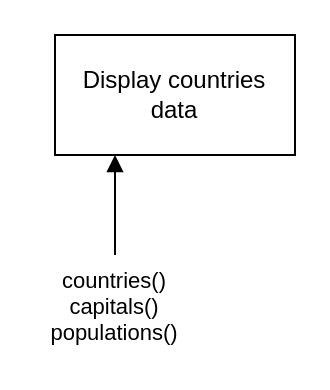
Before: page "sd1" (1 of 2) of h-cs/sdd/H-SDD-Parallel/assets/H SDD Parallel.drawio in MrFriendCS/MrFriendCS.github.io, a draw.io diagram. Source tidied: cells renumbered, new cells numbered last; positions are measured from the earlier drawing's top-left corner, leaving out a move shared by most shapes. Both pictures are drawn from the tidied source at 200%, with x=0, y=0 at pixel (34, 34).
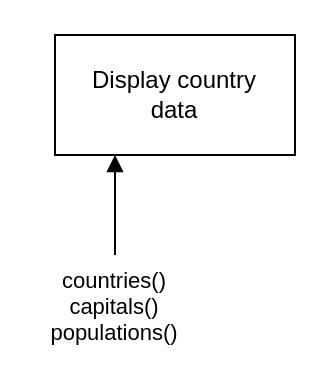
After the change.

What changed in the source:
```diff
@@
 <mxGraphModel>
   <root>
     <mxCell id="0" />
     <mxCell id="1" parent="0" />
     <mxCell id="2" style="edgeStyle=none;shape=connector;rounded=0;jettySize=auto;html=1;exitX=0.25;exitY=1;exitDx=0;exitDy=0;labelBackgroundColor=default;strokeColor=default;align=center;verticalAlign=middle;fontFamily=Helvetica;fontSize=11;fontColor=default;endArrow=none;endFill=0;startArrow=block;startFill=1;entryX=0.5;entryY=0;entryDx=0;entryDy=0;" parent="1" edge="1" source="3" target="4">
       <mxGeometry relative="1" as="geometry" />
     </mxCell>
-    <mxCell id="3" value="Display countries data" style="rounded=0;whiteSpace=wrap;html=1;spacingLeft=4;spacingRight=4;" parent="1" vertex="1">
+    <mxCell id="3" value="Display country&lt;div&gt;data&lt;/div&gt;" style="rounded=0;whiteSpace=wrap;html=1;spacingLeft=4;spacingRight=4;" parent="1" vertex="1">
       <mxGeometry x="10" width="120" height="60" as="geometry" />
     </mxCell>
     <mxCell id="4" value="countries()&lt;br&gt;capitals()&lt;div&gt;populations()&lt;/div&gt;" style="text;html=1;strokeColor=none;fillColor=none;align=center;verticalAlign=top;whiteSpace=wrap;rounded=0;fontSize=11;fontFamily=Helvetica;fontColor=default;" parent="1" vertex="1">
       <mxGeometry y="110" width="80" height="50" as="geometry" />
     </mxCell>
   </root>
 </mxGraphModel>
```
